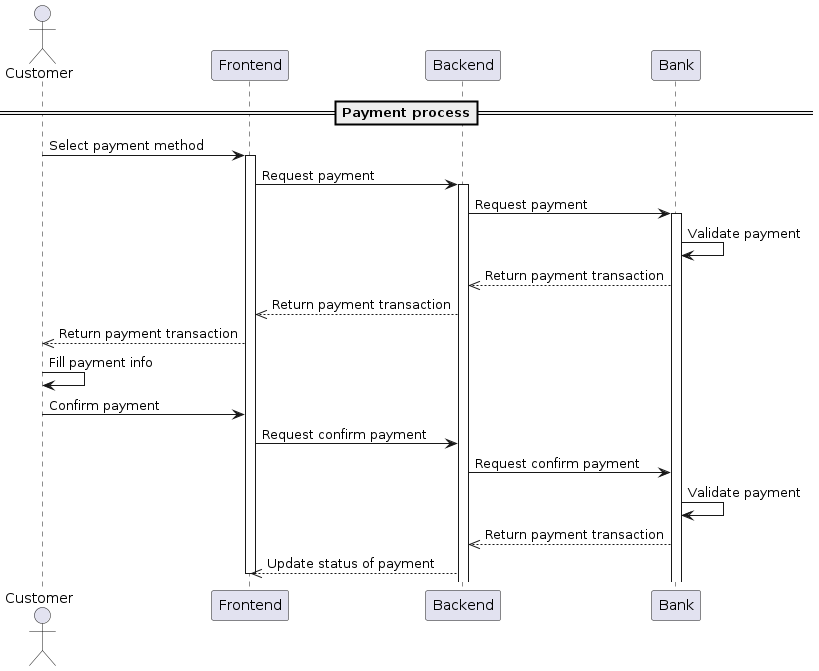
This is out/Sequence-diagram/Payment.png from Nxwbtk/SA-Diagram, a PlantUML export, as it was before one commit.
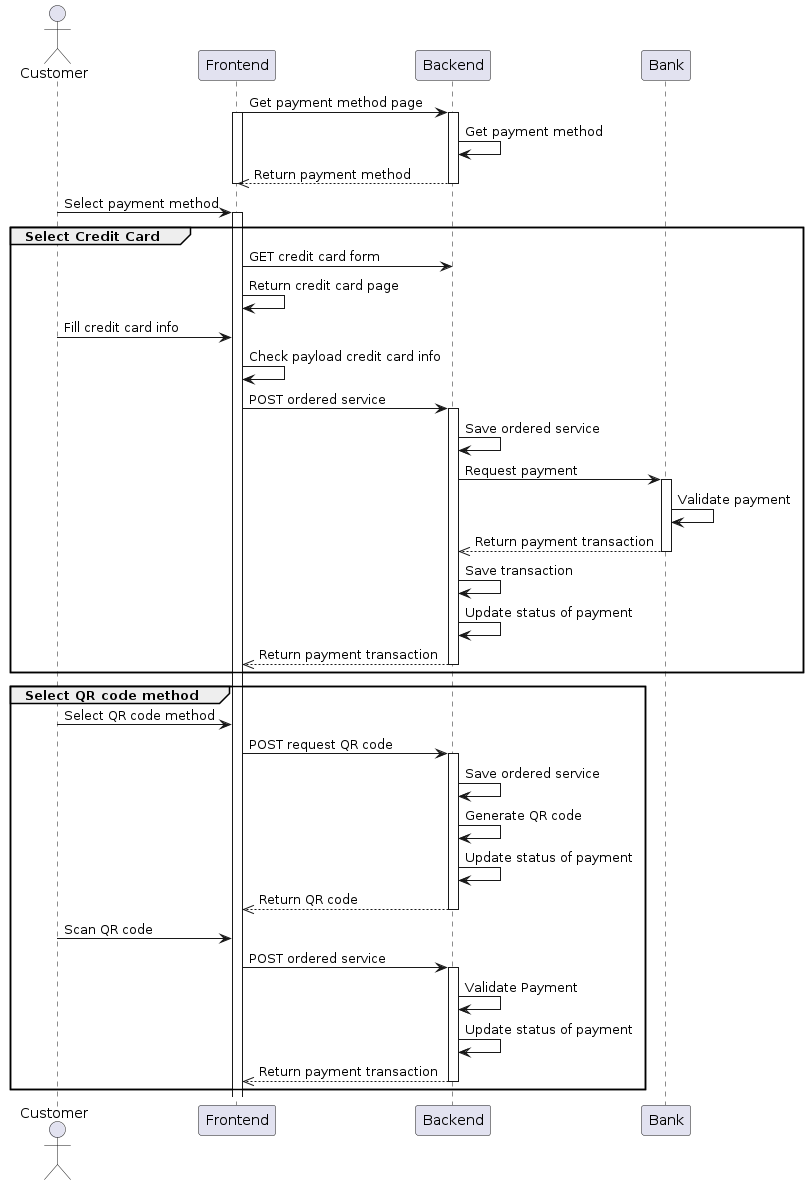
After the commit.

Diff of the diagram source:
```diff
@@ -1,25 +1,50 @@
 @startuml
-==Payment process==
 actor Customer
 participant "Frontend" as FE
 participant "Backend" as BE
 participant "Bank" as Bank
+FE -> BE: Get payment method page
+activate FE
+activate BE
+BE -> BE: Get payment method
+BE -->> FE: Return payment method
+deactivate BE
+deactivate FE
 Customer -> FE: Select payment method
 activate FE
-FE -> BE: Request payment
-activate BE
-BE -> Bank: Request payment
-activate Bank
-Bank -> Bank: Validate payment
-Bank -->> BE: Return payment transaction
-BE -->> FE: Return payment transaction
-FE -->> Customer: Return payment transaction
-Customer -> Customer: Fill payment info
-Customer -> FE: Confirm payment
-FE -> BE: Request confirm payment
-BE -> Bank: Request confirm payment
-Bank -> Bank: Validate payment
-Bank -->> BE: Return payment transaction
-BE -->> FE: Update status of payment
-deactivate FE
+group Select Credit Card
+	FE -> BE: GET credit card form
+	FE -> FE: Return credit card page
+	Customer -> FE: Fill credit card info
+	FE -> FE: Check payload credit card info
+	FE -> BE: POST ordered service
+	activate BE
+	BE -> BE: Save ordered service
+	BE -> Bank: Request payment
+	activate Bank
+	Bank -> Bank: Validate payment
+	Bank -->> BE: Return payment transaction
+	deactivate Bank
+	BE -> BE: Save transaction
+	BE -> BE: Update status of payment
+	BE -->> FE: Return payment transaction
+	deactivate BE
+end
+group Select QR code method
+	Customer -> FE: Select QR code method
+	FE -> BE: POST request QR code
+	activate BE
+	BE -> BE: Save ordered service
+	BE -> BE: Generate QR code
+	BE -> BE: Update status of payment
+	BE -->> FE: Return QR code
+	deactivate BE
+	Customer -> FE: Scan QR code
+	FE -> BE: POST ordered service
+	activate BE
+	BE -> BE: Validate Payment
+	BE -> BE: Update status of payment
+	BE -->> FE: Return payment transaction
+	deactivate BE
+end
 @enduml
```
